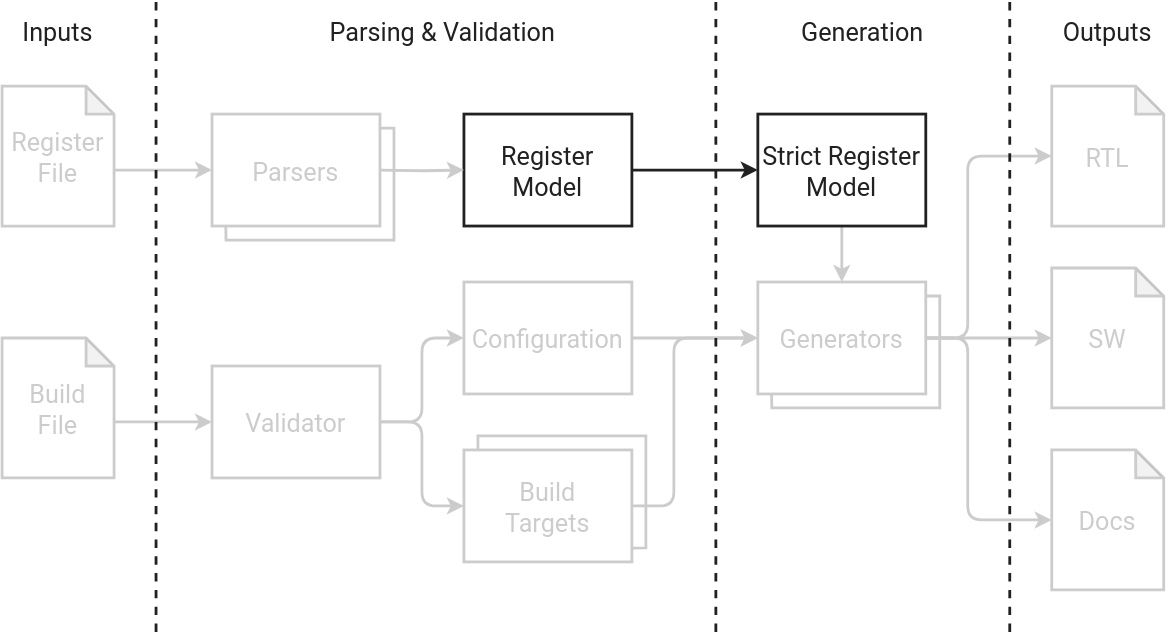
esynr3z/corsair keeps this draw.io diagram as docs/assets/images/flow-register-model.drawio.svg. Above is the earlier version. Source tidied: cells renumbered, new cells last; positions are measured from the earlier drawing's top-left corner, leaving out a move shared by most shapes.
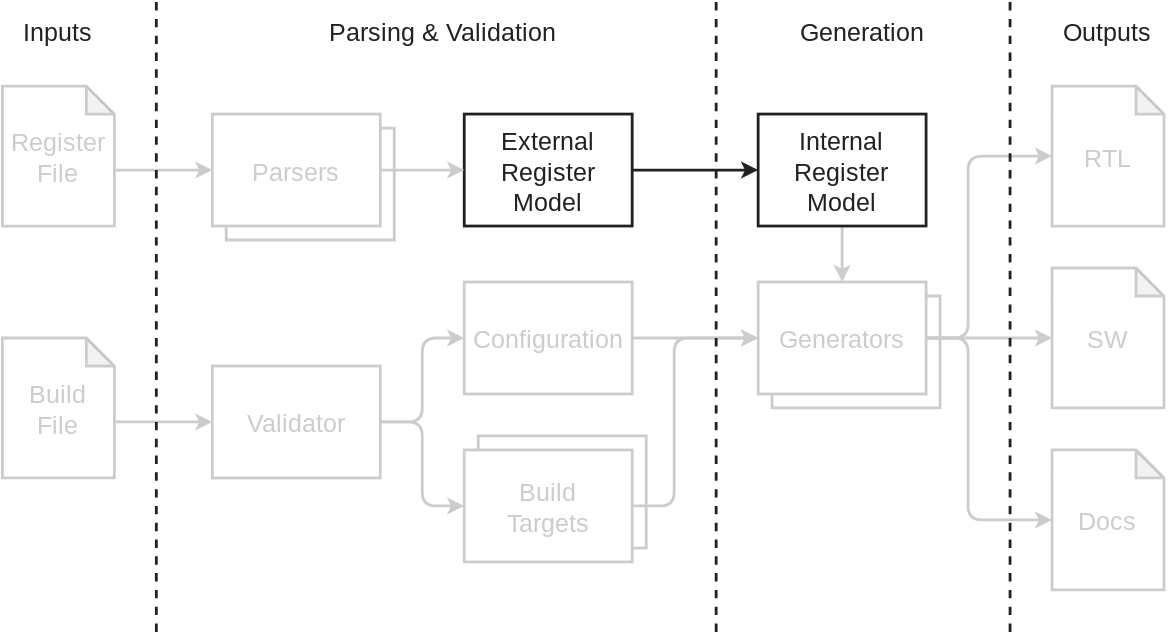
Above is the later version.

Commit message:
docs: update register model naming

The edit, as a diff of the source:
```diff
@@ -19,13 +19,13 @@
     <mxCell id="6" style="edgeStyle=orthogonalEdgeStyle;rounded=1;jettySize=auto;exitX=1;exitY=0.5;exitDx=0;exitDy=0;entryX=0;entryY=0.5;entryDx=0;entryDy=0;shadow=0;strokeColor=#212121;strokeWidth=2;align=center;verticalAlign=middle;fontFamily=Roboto;fontSize=18;fontColor=#212121;fontStyle=0;fillColor=none;fontSource=https%3A%2F%2Ffonts.googleapis.com%2Fcss%3Ffamily%3DRoboto;textShadow=0;" parent="1" edge="1" source="7" target="9">
       <mxGeometry relative="1" as="geometry" />
     </mxCell>
-    <mxCell id="7" value="Register&#10;Model" style="rounded=1;shadow=0;strokeColor=#212121;strokeWidth=2;align=center;verticalAlign=middle;fontFamily=Roboto;fontSize=18;fontColor=#212121;fontStyle=0;fillColor=none;arcSize=0;fontSource=https%3A%2F%2Ffonts.googleapis.com%2Fcss%3Ffamily%3DRoboto;textShadow=0;" parent="1" vertex="1">
+    <mxCell id="7" value="External&#10;Register&#10;Model" style="rounded=1;shadow=0;strokeColor=#212121;strokeWidth=2;align=center;verticalAlign=middle;fontFamily=Roboto;fontSize=18;fontColor=#212121;fontStyle=0;fillColor=none;arcSize=0;fontSource=https%3A%2F%2Ffonts.googleapis.com%2Fcss%3Ffamily%3DRoboto;textShadow=0;" parent="1" vertex="1">
       <mxGeometry x="330" y="80" width="120" height="80" as="geometry" />
     </mxCell>
     <mxCell id="8" style="edgeStyle=orthogonalEdgeStyle;rounded=1;jettySize=auto;exitX=0.5;exitY=1;exitDx=0;exitDy=0;entryX=0.5;entryY=0;entryDx=0;entryDy=0;shadow=0;strokeColor=#CCCCCC;strokeWidth=2;align=center;verticalAlign=middle;fontFamily=Roboto;fontSize=18;fontColor=#CCCCCC;fontStyle=0;fillColor=none;fontSource=https%3A%2F%2Ffonts.googleapis.com%2Fcss%3Ffamily%3DRoboto;textShadow=0;" parent="1" edge="1" source="9" target="34">
       <mxGeometry relative="1" as="geometry" />
     </mxCell>
-    <mxCell id="9" value="Strict Register&#10;Model" style="rounded=1;shadow=0;strokeColor=#212121;strokeWidth=2;align=center;verticalAlign=middle;fontFamily=Roboto;fontSize=18;fontColor=#212121;fontStyle=0;fillColor=none;arcSize=0;fontSource=https%3A%2F%2Ffonts.googleapis.com%2Fcss%3Ffamily%3DRoboto;textShadow=0;" parent="1" vertex="1">
+    <mxCell id="9" value="Internal&#10;Register&#10;Model" style="rounded=1;shadow=0;strokeColor=#212121;strokeWidth=2;align=center;verticalAlign=middle;fontFamily=Roboto;fontSize=18;fontColor=#212121;fontStyle=0;fillColor=none;arcSize=0;fontSource=https%3A%2F%2Ffonts.googleapis.com%2Fcss%3Ffamily%3DRoboto;textShadow=0;" parent="1" vertex="1">
       <mxGeometry x="540" y="80" width="120" height="80" as="geometry" />
     </mxCell>
     <mxCell id="10" style="edgeStyle=orthogonalEdgeStyle;rounded=1;jettySize=auto;exitX=1;exitY=0.5;exitDx=0;exitDy=0;entryX=0;entryY=0.5;entryDx=0;entryDy=0;shadow=0;strokeColor=#CCCCCC;strokeWidth=2;align=center;verticalAlign=middle;fontFamily=Roboto;fontSize=18;fontColor=#CCCCCC;fontStyle=0;fillColor=none;fontSource=https%3A%2F%2Ffonts.googleapis.com%2Fcss%3Ffamily%3DRoboto;textShadow=0;" parent="1" edge="1" source="12" target="17">
```
